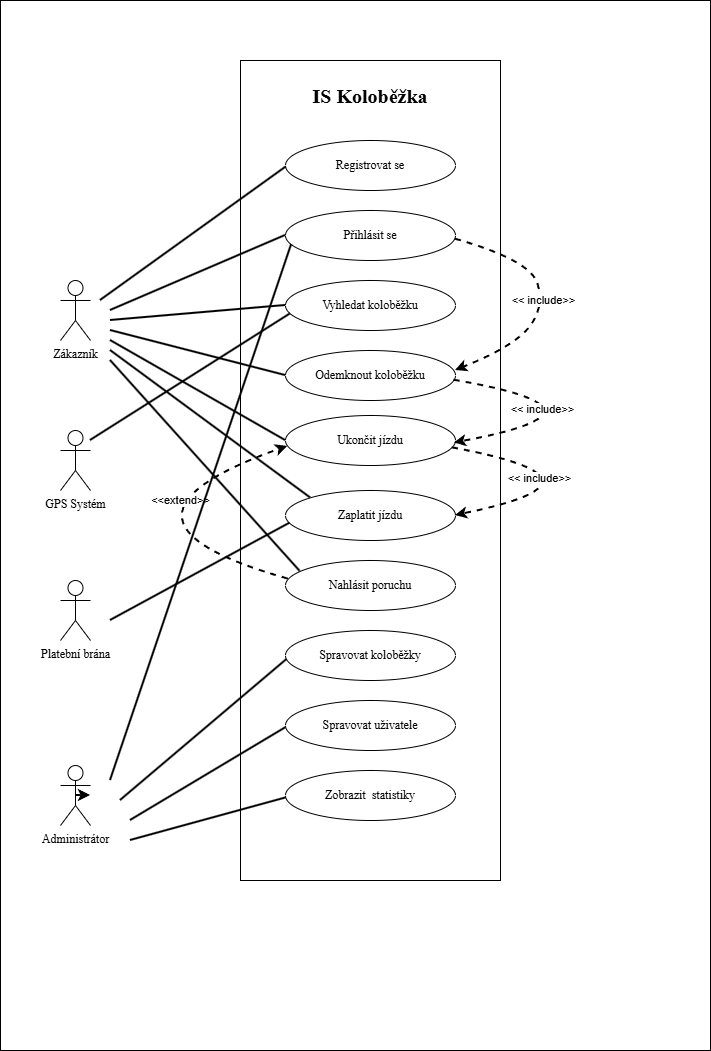
smonxk/IS-Kolobezka keeps this draw.io diagram as UCD.drawio.png. Above is the earlier version. Source tidied: cells renumbered, new cells last; positions are measured from the earlier drawing's top-left corner, leaving out a move shared by most shapes. Its diagram source:
```xml
<mxGraphModel>
  <root>
    <mxCell id="0" />
    <mxCell id="1" parent="0" />
    <mxCell id="2" style="rounded=0;whiteSpace=wrap;html=1;fontFamily=Helvetica;fontSize=11;fontColor=default;labelBackgroundColor=default;" parent="1" vertex="1">
      <mxGeometry width="710" height="1050" as="geometry" />
    </mxCell>
    <mxCell id="3" value="Zákazník" style="shape=umlActor;verticalLabelPosition=bottom;verticalAlign=top;html=1;fontFamily=Times New Roman;" parent="1" vertex="1">
      <mxGeometry x="60" y="280" width="30" height="60" as="geometry" />
    </mxCell>
    <mxCell id="4" value="Administrátor" style="shape=umlActor;verticalLabelPosition=bottom;verticalAlign=top;html=1;outlineConnect=0;fontFamily=Times New Roman;" parent="1" vertex="1">
      <mxGeometry x="60" y="765" width="30" height="60" as="geometry" />
    </mxCell>
    <mxCell id="5" style="rounded=0;whiteSpace=wrap;html=1;" parent="1" vertex="1">
      <mxGeometry x="240" y="60" width="260" height="820" as="geometry" />
    </mxCell>
    <mxCell id="6" value="&lt;b&gt;IS Koloběžka&lt;/b&gt;" style="text;html=1;whiteSpace=wrap;strokeColor=none;fillColor=none;align=center;verticalAlign=middle;rounded=0;fontSize=20;fontFamily=Times New Roman;" parent="1" vertex="1">
      <mxGeometry x="300" y="80" width="140" height="30" as="geometry" />
    </mxCell>
    <mxCell id="7" value="Platební brána" style="shape=umlActor;verticalLabelPosition=bottom;verticalAlign=top;html=1;fontFamily=Times New Roman;" parent="1" vertex="1">
      <mxGeometry x="60" y="580" width="30" height="60" as="geometry" />
    </mxCell>
    <mxCell id="8" value="GPS Systém" style="shape=umlActor;verticalLabelPosition=bottom;verticalAlign=top;html=1;fontFamily=Times New Roman;" parent="1" vertex="1">
      <mxGeometry x="60" y="430" width="30" height="60" as="geometry" />
    </mxCell>
    <mxCell id="9" value="Přihlásit se" style="ellipse;whiteSpace=wrap;html=1;fontFamily=Times New Roman;" parent="1" vertex="1">
      <mxGeometry x="285" y="210" width="170" height="50" as="geometry" />
    </mxCell>
    <mxCell id="10" value="Registrovat se" style="ellipse;whiteSpace=wrap;html=1;fontFamily=Times New Roman;" parent="1" vertex="1">
      <mxGeometry x="285" y="140" width="170" height="50" as="geometry" />
    </mxCell>
    <mxCell id="11" value="Vyhledat koloběžku" style="ellipse;whiteSpace=wrap;html=1;fontFamily=Times New Roman;" parent="1" vertex="1">
      <mxGeometry x="285" y="280" width="170" height="50" as="geometry" />
    </mxCell>
    <mxCell id="12" value="Odemknout koloběžku" style="ellipse;whiteSpace=wrap;html=1;fontFamily=Times New Roman;" parent="1" vertex="1">
      <mxGeometry x="285" y="350" width="170" height="50" as="geometry" />
    </mxCell>
    <mxCell id="13" value="Ukončit jízdu" style="ellipse;whiteSpace=wrap;html=1;fontFamily=Times New Roman;" parent="1" vertex="1">
      <mxGeometry x="285" y="415" width="170" height="50" as="geometry" />
    </mxCell>
    <mxCell id="14" value="Zaplatit jízdu" style="ellipse;whiteSpace=wrap;html=1;fontFamily=Times New Roman;" parent="1" vertex="1">
      <mxGeometry x="285" y="490" width="170" height="50" as="geometry" />
    </mxCell>
    <mxCell id="15" value="Nahlásit poruchu" style="ellipse;whiteSpace=wrap;html=1;fontFamily=Times New Roman;" parent="1" vertex="1">
      <mxGeometry x="285" y="560" width="170" height="50" as="geometry" />
    </mxCell>
    <mxCell id="16" value="Spravovat koloběžky" style="ellipse;whiteSpace=wrap;html=1;fontFamily=Times New Roman;" parent="1" vertex="1">
      <mxGeometry x="285" y="630" width="170" height="50" as="geometry" />
    </mxCell>
    <mxCell id="17" value="Spravovat uživatele" style="ellipse;whiteSpace=wrap;html=1;fontFamily=Times New Roman;" parent="1" vertex="1">
      <mxGeometry x="285" y="700" width="170" height="50" as="geometry" />
    </mxCell>
    <mxCell id="18" value="Zobrazit&amp;nbsp; statistiky" style="ellipse;whiteSpace=wrap;html=1;fontFamily=Times New Roman;" parent="1" vertex="1">
      <mxGeometry x="285" y="770" width="170" height="50" as="geometry" />
    </mxCell>
    <mxCell id="19" value="&amp;lt;&amp;lt; include&amp;gt;&amp;gt;" style="endArrow=classic;html=1;rounded=0;strokeWidth=2;exitX=0.972;exitY=0.648;exitDx=0;exitDy=0;exitPerimeter=0;curved=1;strokeColor=default;entryX=1;entryY=0.4;entryDx=0;entryDy=0;entryPerimeter=0;dashed=1;" parent="1" edge="1" target="12">
      <mxGeometry relative="1" as="geometry">
        <mxPoint x="455" y="238.7" as="sourcePoint" />
        <Array as="points">
          <mxPoint x="530" y="260" />
          <mxPoint x="544.8" y="306.3" />
          <mxPoint x="514.8" y="346.3" />
        </Array>
      </mxGeometry>
    </mxCell>
    <mxCell id="20" value="&amp;lt;&amp;lt; include&amp;gt;&amp;gt;" style="endArrow=classic;html=1;rounded=0;strokeWidth=2;curved=1;strokeColor=default;entryX=0.994;entryY=0.549;entryDx=0;entryDy=0;entryPerimeter=0;dashed=1;exitX=0.991;exitY=0.595;exitDx=0;exitDy=0;exitPerimeter=0;" parent="1" edge="1" source="12" target="13">
      <mxGeometry x="-0.49" y="-14" relative="1" as="geometry">
        <Array as="points">
          <mxPoint x="630" y="410" />
        </Array>
      </mxGeometry>
    </mxCell>
    <mxCell id="21" value="&amp;lt;&amp;lt; include&amp;gt;&amp;gt;" style="endArrow=classic;html=1;rounded=0;strokeWidth=2;curved=1;strokeColor=default;entryX=1;entryY=0.5;entryDx=0;entryDy=0;dashed=1;exitX=0.981;exitY=0.646;exitDx=0;exitDy=0;exitPerimeter=0;" parent="1" edge="1" source="13" target="14">
      <mxGeometry x="-0.49" y="-14" relative="1" as="geometry">
        <Array as="points">
          <mxPoint x="627" y="480" />
        </Array>
      </mxGeometry>
    </mxCell>
    <mxCell id="22" value="&amp;lt;&amp;lt;extend&amp;gt;&amp;gt;" style="endArrow=classic;html=1;rounded=0;strokeWidth=2;curved=1;strokeColor=default;entryX=0.013;entryY=0.618;entryDx=0;entryDy=0;dashed=1;exitX=0.016;exitY=0.371;exitDx=0;exitDy=0;exitPerimeter=0;entryPerimeter=0;" parent="1" edge="1" source="15" target="13">
      <mxGeometry x="0.45" y="-15" relative="1" as="geometry">
        <Array as="points">
          <mxPoint x="80" y="520" />
        </Array>
      </mxGeometry>
    </mxCell>
    <mxCell id="23" style="endArrow=none;html=1;rounded=1;strokeColor=default;strokeWidth=2;align=center;verticalAlign=middle;fontFamily=Helvetica;fontSize=11;fontColor=default;labelBackgroundColor=default;curved=0;entryX=0.002;entryY=0.535;entryDx=0;entryDy=0;entryPerimeter=0;" parent="1" edge="1" target="10">
      <mxGeometry relative="1" as="geometry">
        <mxPoint x="100" y="300" as="sourcePoint" />
      </mxGeometry>
    </mxCell>
    <mxCell id="24" style="endArrow=none;html=1;rounded=1;strokeColor=default;strokeWidth=2;align=center;verticalAlign=middle;fontFamily=Helvetica;fontSize=11;fontColor=default;labelBackgroundColor=default;curved=0;entryX=0;entryY=0.5;entryDx=0;entryDy=0;" parent="1" edge="1" target="9">
      <mxGeometry relative="1" as="geometry">
        <mxPoint x="110" y="310" as="sourcePoint" />
      </mxGeometry>
    </mxCell>
    <mxCell id="25" style="endArrow=none;html=1;rounded=1;strokeColor=default;strokeWidth=2;align=center;verticalAlign=middle;fontFamily=Helvetica;fontSize=11;fontColor=default;labelBackgroundColor=default;curved=0;entryX=0;entryY=0.5;entryDx=0;entryDy=0;" parent="1" edge="1" target="11">
      <mxGeometry relative="1" as="geometry">
        <mxPoint x="110" y="320" as="sourcePoint" />
      </mxGeometry>
    </mxCell>
    <mxCell id="26" style="endArrow=none;html=1;rounded=1;strokeColor=default;strokeWidth=2;align=center;verticalAlign=middle;fontFamily=Helvetica;fontSize=11;fontColor=default;labelBackgroundColor=default;curved=0;entryX=0;entryY=0.5;entryDx=0;entryDy=0;" parent="1" edge="1" target="12">
      <mxGeometry relative="1" as="geometry">
        <mxPoint x="110" y="330" as="sourcePoint" />
      </mxGeometry>
    </mxCell>
    <mxCell id="27" style="endArrow=none;html=1;rounded=1;strokeColor=default;strokeWidth=2;align=center;verticalAlign=middle;fontFamily=Helvetica;fontSize=11;fontColor=default;labelBackgroundColor=default;curved=0;entryX=0;entryY=0.5;entryDx=0;entryDy=0;" parent="1" edge="1" target="13">
      <mxGeometry relative="1" as="geometry">
        <mxPoint x="110" y="340" as="sourcePoint" />
      </mxGeometry>
    </mxCell>
    <mxCell id="28" style="endArrow=none;html=1;rounded=1;strokeColor=default;strokeWidth=2;align=center;verticalAlign=middle;fontFamily=Helvetica;fontSize=11;fontColor=default;labelBackgroundColor=default;curved=0;entryX=0;entryY=0;entryDx=0;entryDy=0;" parent="1" edge="1" target="14">
      <mxGeometry relative="1" as="geometry">
        <mxPoint x="110" y="350" as="sourcePoint" />
      </mxGeometry>
    </mxCell>
    <mxCell id="29" style="endArrow=none;html=1;rounded=1;strokeColor=default;strokeWidth=2;align=center;verticalAlign=middle;fontFamily=Helvetica;fontSize=11;fontColor=default;labelBackgroundColor=default;curved=0;entryX=0.086;entryY=0.217;entryDx=0;entryDy=0;entryPerimeter=0;" parent="1" edge="1" target="15">
      <mxGeometry relative="1" as="geometry">
        <mxPoint x="110" y="360" as="sourcePoint" />
      </mxGeometry>
    </mxCell>
    <mxCell id="30" style="endArrow=none;html=1;rounded=1;strokeColor=default;strokeWidth=2;align=center;verticalAlign=middle;fontFamily=Helvetica;fontSize=11;fontColor=default;labelBackgroundColor=default;curved=0;entryX=0.036;entryY=0.682;entryDx=0;entryDy=0;entryPerimeter=0;" parent="1" edge="1" target="9">
      <mxGeometry relative="1" as="geometry">
        <mxPoint x="110" y="780" as="sourcePoint" />
      </mxGeometry>
    </mxCell>
    <mxCell id="31" style="endArrow=none;html=1;rounded=1;strokeColor=default;strokeWidth=2;align=center;verticalAlign=middle;fontFamily=Helvetica;fontSize=11;fontColor=default;labelBackgroundColor=default;curved=0;entryX=0.007;entryY=0.584;entryDx=0;entryDy=0;entryPerimeter=0;" parent="1" edge="1" target="16">
      <mxGeometry relative="1" as="geometry">
        <mxPoint x="120" y="800" as="sourcePoint" />
      </mxGeometry>
    </mxCell>
    <mxCell id="32" style="endArrow=none;html=1;rounded=1;strokeColor=default;strokeWidth=2;align=center;verticalAlign=middle;fontFamily=Helvetica;fontSize=11;fontColor=default;labelBackgroundColor=default;curved=0;entryX=0.001;entryY=0.546;entryDx=0;entryDy=0;entryPerimeter=0;" parent="1" edge="1" target="17">
      <mxGeometry relative="1" as="geometry">
        <mxPoint x="130" y="820" as="sourcePoint" />
      </mxGeometry>
    </mxCell>
    <mxCell id="33" style="endArrow=none;html=1;rounded=1;strokeColor=default;strokeWidth=2;align=center;verticalAlign=middle;fontFamily=Helvetica;fontSize=11;fontColor=default;labelBackgroundColor=default;curved=0;entryX=0.003;entryY=0.549;entryDx=0;entryDy=0;entryPerimeter=0;" parent="1" edge="1" target="18">
      <mxGeometry relative="1" as="geometry">
        <mxPoint x="130" y="840" as="sourcePoint" />
      </mxGeometry>
    </mxCell>
    <mxCell id="34" style="endArrow=none;html=1;rounded=1;strokeColor=default;strokeWidth=2;align=center;verticalAlign=middle;fontFamily=Helvetica;fontSize=11;fontColor=default;labelBackgroundColor=default;curved=0;entryX=0.029;entryY=0.668;entryDx=0;entryDy=0;entryPerimeter=0;" parent="1" edge="1" target="11">
      <mxGeometry relative="1" as="geometry">
        <mxPoint x="90" y="440" as="sourcePoint" />
      </mxGeometry>
    </mxCell>
    <mxCell id="35" style="edgeStyle=none;shape=connector;curved=1;rounded=0;orthogonalLoop=1;jettySize=auto;html=1;exitX=0.5;exitY=0.5;exitDx=0;exitDy=0;exitPerimeter=0;dashed=1;strokeColor=default;strokeWidth=2;align=center;verticalAlign=middle;fontFamily=Helvetica;fontSize=11;fontColor=default;labelBackgroundColor=default;endArrow=classic;" parent="1" edge="1" source="4" target="4">
      <mxGeometry relative="1" as="geometry" />
    </mxCell>
    <mxCell id="36" style="endArrow=none;html=1;rounded=1;strokeColor=default;strokeWidth=2;align=center;verticalAlign=middle;fontFamily=Helvetica;fontSize=11;fontColor=default;labelBackgroundColor=default;curved=0;entryX=0.026;entryY=0.654;entryDx=0;entryDy=0;entryPerimeter=0;" parent="1" edge="1" target="14">
      <mxGeometry relative="1" as="geometry">
        <mxPoint x="110" y="620" as="sourcePoint" />
      </mxGeometry>
    </mxCell>
  </root>
</mxGraphModel>
```
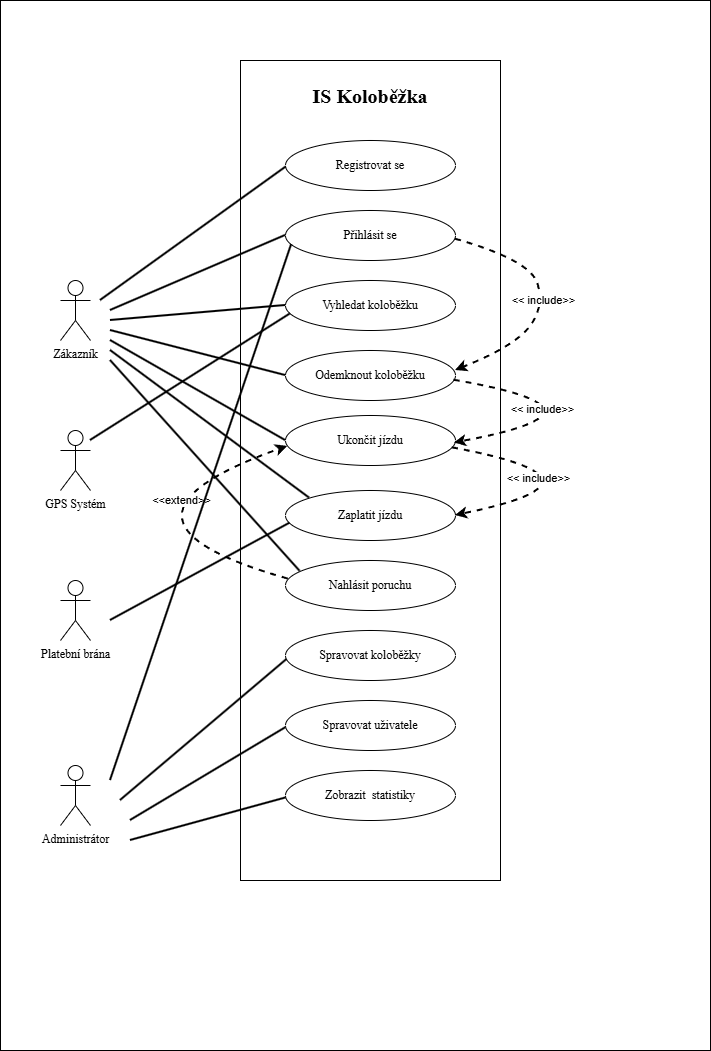
After the change.

Diff of the diagram source:
```diff
@@ -144,9 +144,6 @@
         <mxPoint x="90" y="440" as="sourcePoint" />
       </mxGeometry>
     </mxCell>
-    <mxCell id="35" style="edgeStyle=none;shape=connector;curved=1;rounded=0;orthogonalLoop=1;jettySize=auto;html=1;exitX=0.5;exitY=0.5;exitDx=0;exitDy=0;exitPerimeter=0;dashed=1;strokeColor=default;strokeWidth=2;align=center;verticalAlign=middle;fontFamily=Helvetica;fontSize=11;fontColor=default;labelBackgroundColor=default;endArrow=classic;" parent="1" edge="1" source="4" target="4">
-      <mxGeometry relative="1" as="geometry" />
-    </mxCell>
     <mxCell id="36" style="endArrow=none;html=1;rounded=1;strokeColor=default;strokeWidth=2;align=center;verticalAlign=middle;fontFamily=Helvetica;fontSize=11;fontColor=default;labelBackgroundColor=default;curved=0;entryX=0.026;entryY=0.654;entryDx=0;entryDy=0;entryPerimeter=0;" parent="1" edge="1" target="14">
       <mxGeometry relative="1" as="geometry">
         <mxPoint x="110" y="620" as="sourcePoint" />
```
